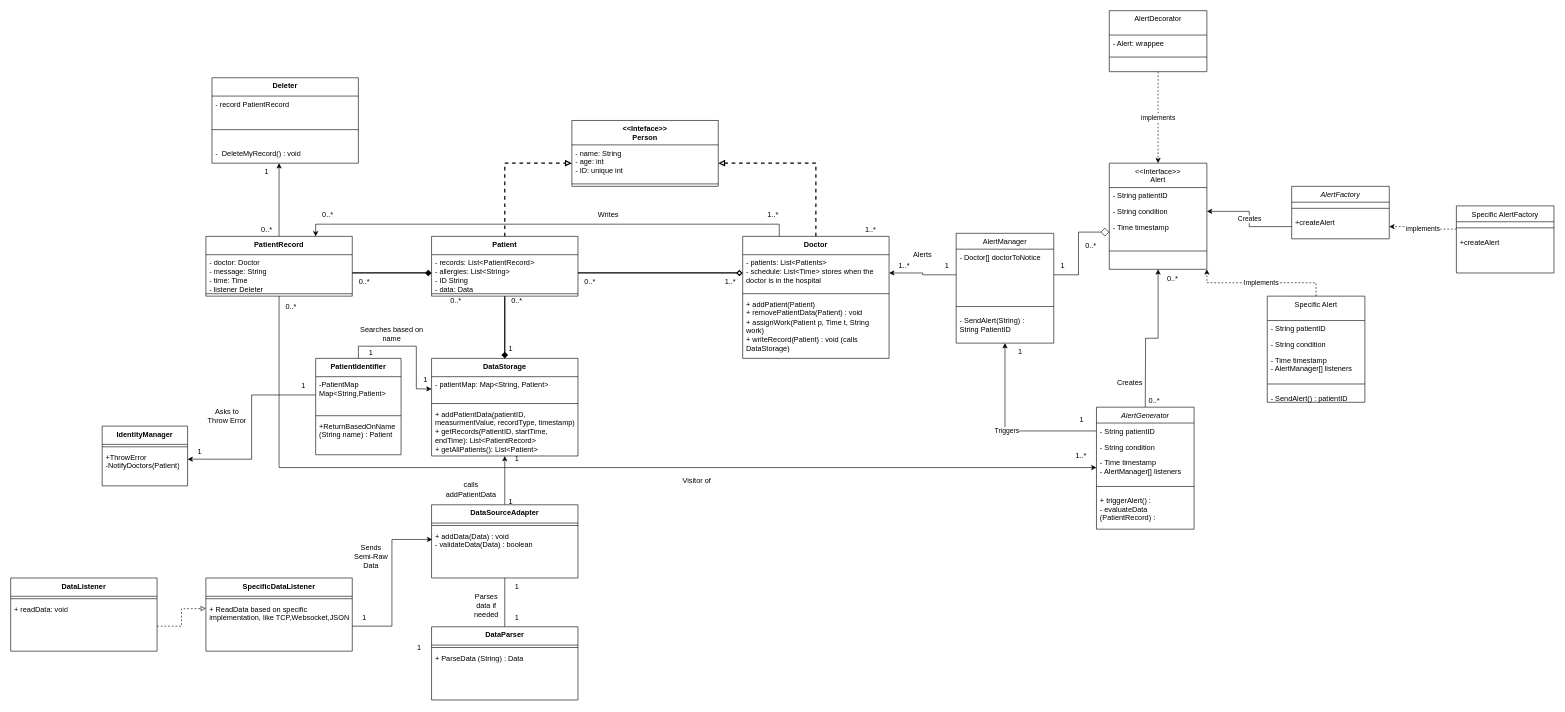
Before: UML_Chart.drawio in almadav0010/SoftverEngi_G79, a draw.io diagram. Source tidied: cells renumbered, new cells numbered last; positions are measured from the earlier drawing's top-left corner, leaving out a move shared by most shapes. Both pictures are drawn from the tidied source at 61%, with x=0, y=0 at pixel (10, 10).
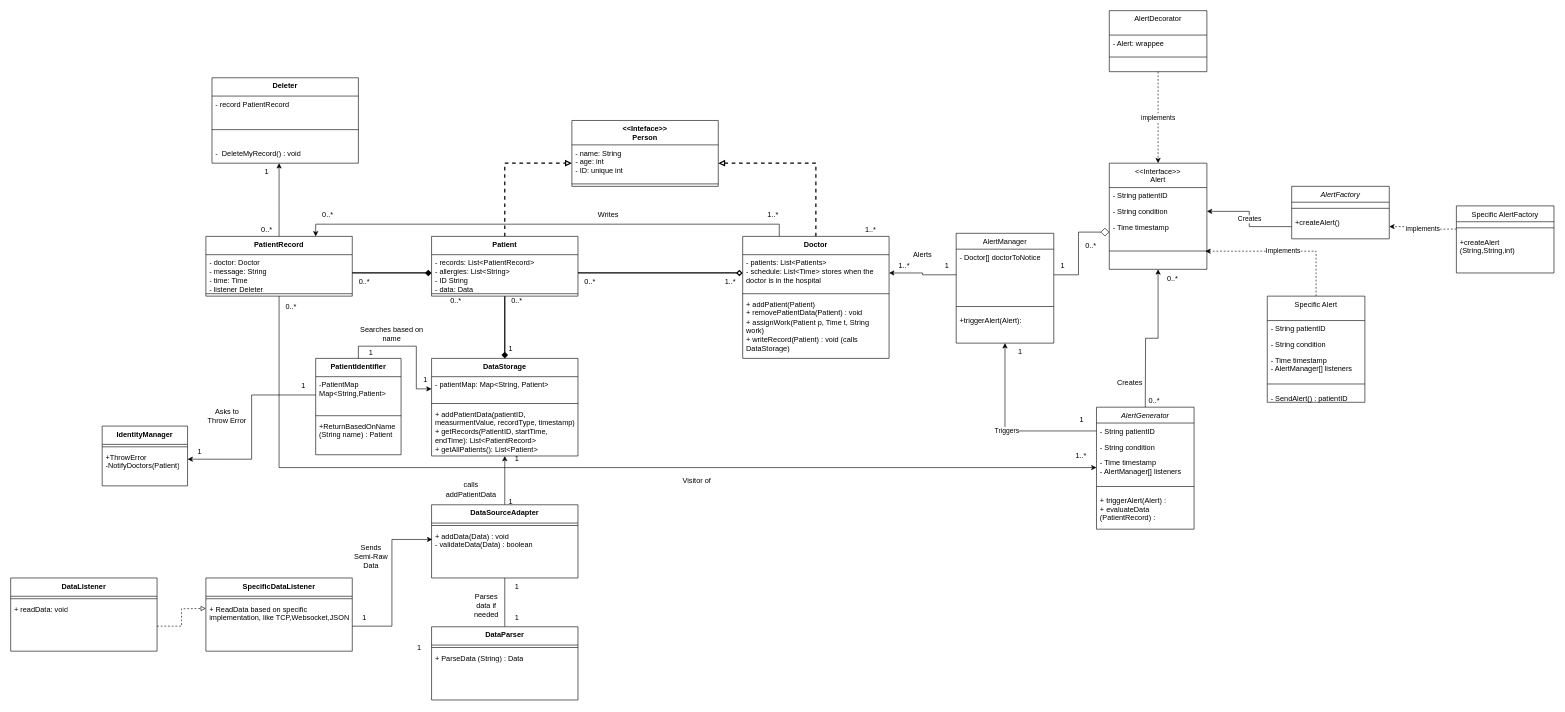
The same page after the edit.

Unchanged cells that the change refers to:
```xml
<mxCell id="36" value="&lt;&lt;Interface&gt;&gt;&#10;Alert" style="swimlane;fontStyle=0;align=center;verticalAlign=top;horizontal=1;startSize=40;rounded=0;shadow=0;strokeWidth=1;" parent="1" vertex="1">
  <mxGeometry x="1801" y="250" width="160" height="174" as="geometry" />
</mxCell>
<mxCell id="40" style="line;html=1;strokeWidth=1;align=left;verticalAlign=middle;spacingTop=-1;spacingLeft=3;spacingRight=3;labelPosition=right;points=[];portConstraint=eastwest;" parent="36" vertex="1">
  <mxGeometry y="134" width="160" height="20" as="geometry" />
</mxCell>
<mxCell id="41" value="AlertManager" style="swimlane;fontStyle=0;align=center;verticalAlign=top;horizontal=1;startSize=26;rounded=0;shadow=0;strokeWidth=1;" parent="1" vertex="1">
  <mxGeometry x="1550" y="365" width="160" height="180" as="geometry" />
</mxCell>
<mxCell id="52" value="AlertGenerator" style="swimlane;fontStyle=2;align=center;verticalAlign=top;horizontal=1;startSize=26;rounded=0;shadow=0;strokeWidth=1;" parent="1" vertex="1">
  <mxGeometry x="1780" y="650" width="160" height="200" as="geometry" />
</mxCell>
<mxCell id="115" value="AlertFactory" style="swimlane;fontStyle=2;align=center;verticalAlign=top;horizontal=1;startSize=26;rounded=0;shadow=0;strokeWidth=1;" parent="1" vertex="1">
  <mxGeometry x="2100" y="288" width="160" height="86" as="geometry" />
</mxCell>
<mxCell id="120" value="Specific AlertFactory" style="swimlane;fontStyle=0;align=center;verticalAlign=top;horizontal=1;startSize=26;rounded=0;shadow=0;strokeWidth=1;" parent="1" vertex="1">
  <mxGeometry x="2370" y="320" width="160" height="110" as="geometry" />
</mxCell>
<mxCell id="124" value="Specific Alert" style="swimlane;fontStyle=0;align=center;verticalAlign=top;horizontal=1;startSize=40;rounded=0;shadow=0;strokeWidth=1;" parent="1" vertex="1">
  <mxGeometry x="2060" y="468" width="160" height="174" as="geometry" />
</mxCell>
```

What changed in the source:
```diff
@@
-    <mxCell id="44" value="- SendAlert(String) : &#10;String PatientID" style="text;align=left;verticalAlign=top;spacingLeft=4;spacingRight=4;overflow=hidden;" parent="41" vertex="1">
+    <mxCell id="44" value="+triggerAlert(Alert):" style="text;align=left;verticalAlign=top;spacingLeft=4;spacingRight=4;overflow=hidden;" parent="41" vertex="1">
       <mxGeometry y="130" width="160" height="40" as="geometry" />
     </mxCell>
@@
-    <mxCell id="57" value="+ triggerAlert() :&#10;- evaluateData&#10;(PatientRecord) :" style="text;align=left;verticalAlign=top;spacingLeft=4;spacingRight=4;overflow=hidden;rounded=0;shadow=0;html=0;" parent="52" vertex="1">
+    <mxCell id="57" value="+ triggerAlert(Alert) :&#10;+ evaluateData&#10;(PatientRecord) :" style="text;align=left;verticalAlign=top;spacingLeft=4;spacingRight=4;overflow=hidden;rounded=0;shadow=0;html=0;" parent="52" vertex="1">
       <mxGeometry y="140" width="160" height="60" as="geometry" />
     </mxCell>
@@
-    <mxCell id="117" value="+createAlert" style="text;align=left;verticalAlign=top;spacingLeft=4;spacingRight=4;overflow=hidden;points=[[0,0.5],[1,0.5]];portConstraint=eastwest;" parent="115" vertex="1">
+    <mxCell id="117" value="+createAlert()" style="text;align=left;verticalAlign=top;spacingLeft=4;spacingRight=4;overflow=hidden;points=[[0,0.5],[1,0.5]];portConstraint=eastwest;" parent="115" vertex="1">
       <mxGeometry y="46" width="160" height="40" as="geometry" />
     </mxCell>
@@
-    <mxCell id="119" value="Implements" style="edgeStyle=orthogonalEdgeStyle;rounded=0;jettySize=auto;html=1;exitX=0.5;exitY=0;exitDx=0;exitDy=0;dashed=1;entryX=1;entryY=1;entryDx=0;entryDy=0;" parent="1" edge="1" source="124" target="36">
+    <mxCell id="119" value="Implements" style="edgeStyle=orthogonalEdgeStyle;rounded=0;jettySize=auto;html=1;exitX=0.5;exitY=0;exitDx=0;exitDy=0;dashed=1;entryX=0.985;entryY=0.514;entryDx=0;entryDy=0;entryPerimeter=0;" parent="1" edge="1" source="124" target="40">
       <mxGeometry relative="1" as="geometry" />
     </mxCell>
@@
-    <mxCell id="122" value="+createAlert" style="text;align=left;verticalAlign=top;spacingLeft=4;spacingRight=4;overflow=hidden;" parent="120" vertex="1">
+    <mxCell id="122" value="+createAlert&#10;(String,String,int)" style="text;align=left;verticalAlign=top;spacingLeft=4;spacingRight=4;overflow=hidden;" parent="120" vertex="1">
       <mxGeometry y="46" width="160" height="40" as="geometry" />
     </mxCell>
```
